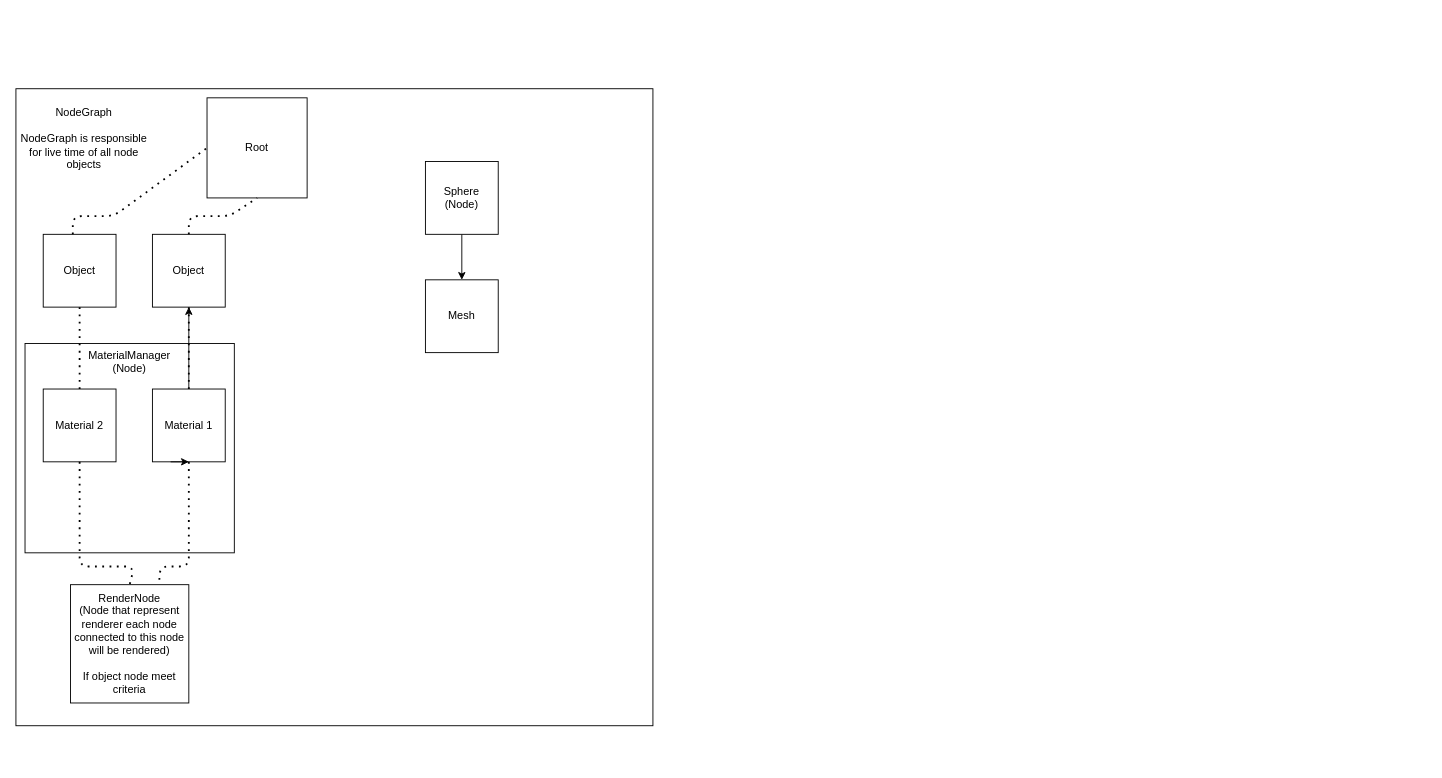
Earlier version of the draw.io diagram Documentation/NodeGraph.drawio (sstarosz/3DModelViewer). Source tidied: cells renumbered, new cells numbered last; positions are measured from the earlier drawing's top-left corner, leaving out a move shared by most shapes. Both pictures are drawn from the tidied source at 91%, with x=0, y=0 at pixel (15, 88).
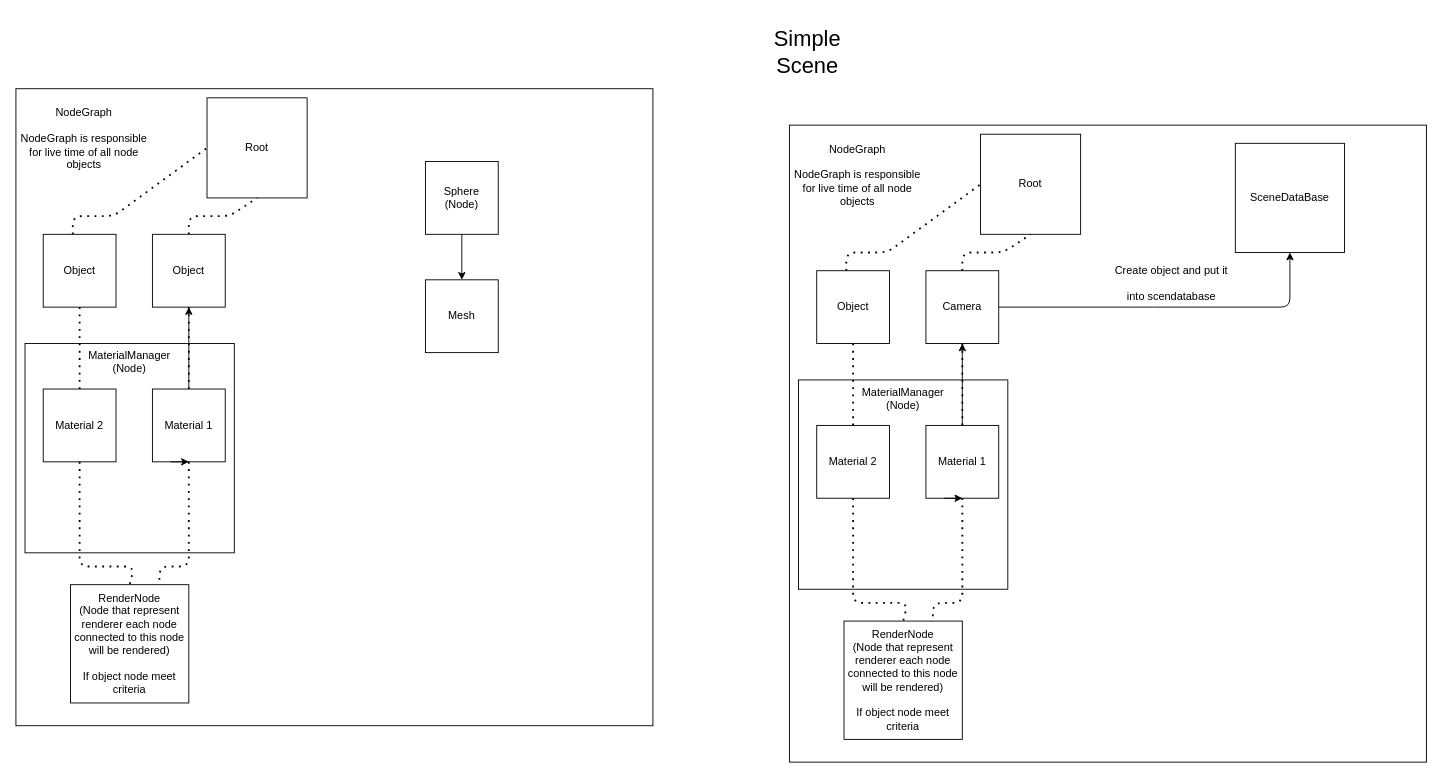
The same page after the edit.

What changed in the source:
```diff
@@
+    <mxCell id="22" style="whiteSpace=wrap;html=1;" parent="1" vertex="1">
+      <mxGeometry x="850" y="40" width="700" height="700" as="geometry" />
+    </mxCell>
+    <mxCell id="23" value="MaterialManager&lt;br&gt;(Node)" style="whiteSpace=wrap;html=1;verticalAlign=top;" parent="1" vertex="1">
+      <mxGeometry x="860" y="320" width="230" height="230" as="geometry" />
+    </mxCell>
+    <mxCell id="24" value="NodeGraph&lt;br&gt;&lt;br&gt;NodeGraph is responsible for live time of all node objects" style="text;html=1;strokeColor=none;fillColor=none;align=center;verticalAlign=middle;whiteSpace=wrap;rounded=0;" parent="1" vertex="1">
+      <mxGeometry x="850" y="50" width="150" height="90" as="geometry" />
+    </mxCell>
+    <mxCell id="25" value="Root" style="whiteSpace=wrap;html=1;" parent="1" vertex="1">
+      <mxGeometry x="1060" y="50" width="110" height="110" as="geometry" />
+    </mxCell>
+    <mxCell id="26" style="edgeStyle=none;html=1;exitX=1;exitY=0.5;exitDx=0;exitDy=0;entryX=0.5;entryY=1;entryDx=0;entryDy=0;fontSize=24;" parent="1" edge="1" source="27" target="40">
+      <mxGeometry relative="1" as="geometry">
+        <Array as="points">
+          <mxPoint x="1240" y="240" />
+          <mxPoint x="1400" y="240" />
+        </Array>
+      </mxGeometry>
+    </mxCell>
+    <mxCell id="27" value="Camera" style="whiteSpace=wrap;html=1;" parent="1" vertex="1">
+      <mxGeometry x="1000" y="200" width="80" height="80" as="geometry" />
+    </mxCell>
+    <mxCell id="28" style="endArrow=none;dashed=1;html=1;dashPattern=1 3;strokeWidth=2;exitX=0.5;exitY=0;exitDx=0;exitDy=0;entryX=0.5;entryY=1;entryDx=0;entryDy=0;" parent="1" edge="1" source="27" target="25">
+      <mxGeometry relative="1" as="geometry">
+        <Array as="points">
+          <mxPoint x="1040" y="180" />
+          <mxPoint x="1085" y="180" />
+        </Array>
+      </mxGeometry>
+    </mxCell>
+    <mxCell id="29" value="RenderNode&lt;br&gt;(Node that represent renderer each node connected to this node will be rendered)&lt;br&gt;&lt;br&gt;If object node meet criteria" style="whiteSpace=wrap;html=1;" parent="1" vertex="1">
+      <mxGeometry x="910" y="585" width="130" height="130" as="geometry" />
+    </mxCell>
+    <mxCell id="30" style="edgeStyle=none;html=1;" parent="1" edge="1" source="31" target="27">
+      <mxGeometry relative="1" as="geometry" />
+    </mxCell>
+    <mxCell id="31" value="Material 1" style="whiteSpace=wrap;html=1;" parent="1" vertex="1">
+      <mxGeometry x="1000" y="370" width="80" height="80" as="geometry" />
+    </mxCell>
+    <mxCell id="32" style="endArrow=none;dashed=1;html=1;dashPattern=1 3;strokeWidth=2;entryX=0.5;entryY=1;entryDx=0;entryDy=0;exitX=0.5;exitY=0;exitDx=0;exitDy=0;" parent="1" edge="1" source="31" target="27">
+      <mxGeometry relative="1" as="geometry">
+        <Array as="points">
+          <mxPoint x="1040" y="310" />
+        </Array>
+      </mxGeometry>
+    </mxCell>
+    <mxCell id="33" value="Material 2" style="whiteSpace=wrap;html=1;" parent="1" vertex="1">
+      <mxGeometry x="880" y="370" width="80" height="80" as="geometry" />
+    </mxCell>
+    <mxCell id="34" value="Object" style="whiteSpace=wrap;html=1;" parent="1" vertex="1">
+      <mxGeometry x="880" y="200" width="80" height="80" as="geometry" />
+    </mxCell>
+    <mxCell id="35" style="endArrow=none;dashed=1;html=1;dashPattern=1 3;strokeWidth=2;entryX=0.5;entryY=0;entryDx=0;entryDy=0;exitX=0.5;exitY=1;exitDx=0;exitDy=0;" parent="1" edge="1" source="33" target="29">
+      <mxGeometry relative="1" as="geometry">
+        <Array as="points">
+          <mxPoint x="920" y="565" />
+          <mxPoint x="980" y="565" />
+        </Array>
+      </mxGeometry>
+    </mxCell>
+    <mxCell id="36" style="endArrow=none;dashed=1;html=1;dashPattern=1 3;strokeWidth=2;entryX=0.5;entryY=1;entryDx=0;entryDy=0;exitX=0.5;exitY=0;exitDx=0;exitDy=0;" parent="1" edge="1" source="33" target="34">
+      <mxGeometry relative="1" as="geometry" />
+    </mxCell>
+    <mxCell id="37" style="endArrow=none;dashed=1;html=1;dashPattern=1 3;strokeWidth=2;exitX=0.5;exitY=0;exitDx=0;exitDy=0;entryX=0;entryY=0.5;entryDx=0;entryDy=0;" parent="1" edge="1" target="25">
+      <mxGeometry relative="1" as="geometry">
+        <mxPoint x="912.5" y="200" as="sourcePoint" />
+        <Array as="points">
+          <mxPoint x="912.5" y="180" />
+          <mxPoint x="957.5" y="180" />
+        </Array>
+      </mxGeometry>
+    </mxCell>
+    <mxCell id="38" style="endArrow=none;dashed=1;html=1;dashPattern=1 3;strokeWidth=2;entryX=0.75;entryY=0;entryDx=0;entryDy=0;exitX=0.5;exitY=1;exitDx=0;exitDy=0;" parent="1" edge="1" source="31" target="29">
+      <mxGeometry relative="1" as="geometry">
+        <Array as="points">
+          <mxPoint x="1040" y="565" />
+          <mxPoint x="1008" y="565" />
+        </Array>
+      </mxGeometry>
+    </mxCell>
+    <mxCell id="39" style="edgeStyle=none;html=1;exitX=0.25;exitY=1;exitDx=0;exitDy=0;entryX=0.5;entryY=1;entryDx=0;entryDy=0;" parent="1" edge="1" source="31" target="31">
+      <mxGeometry relative="1" as="geometry" />
+    </mxCell>
+    <mxCell id="40" value="SceneDataBase" style="whiteSpace=wrap;html=1;" parent="1" vertex="1">
+      <mxGeometry x="1340" y="60" width="120" height="120" as="geometry" />
+    </mxCell>
+    <mxCell id="41" value="&lt;font style=&quot;font-size: 24px;&quot;&gt;Simple Scene&lt;/font&gt;" style="text;html=1;strokeColor=none;fillColor=none;align=center;verticalAlign=middle;whiteSpace=wrap;rounded=0;" parent="1" vertex="1">
+      <mxGeometry x="810" y="-80" width="120" height="80" as="geometry" />
+    </mxCell>
+    <mxCell id="42" value="&lt;font style=&quot;font-size: 12px;&quot;&gt;Create object and put it into scendatabase&lt;/font&gt;" style="text;html=1;strokeColor=none;fillColor=none;align=center;verticalAlign=middle;whiteSpace=wrap;rounded=0;fontSize=24;" parent="1" vertex="1">
+      <mxGeometry x="1200" y="190" width="140" height="40" as="geometry" />
+    </mxCell>
```
